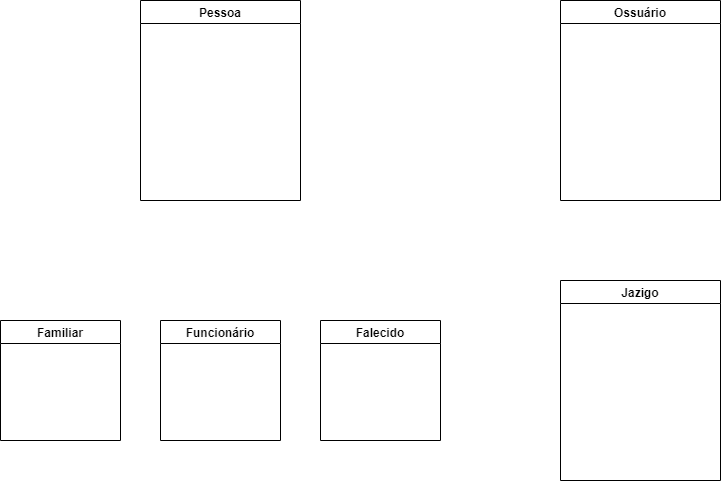
Above: Diagrama_cemiterio.png in cemiterioPOO/Cemiterio (draw.io), before the change. Source tidied: cells renumbered, new cells last; positions are measured from the earlier drawing's top-left corner, leaving out a move shared by most shapes.
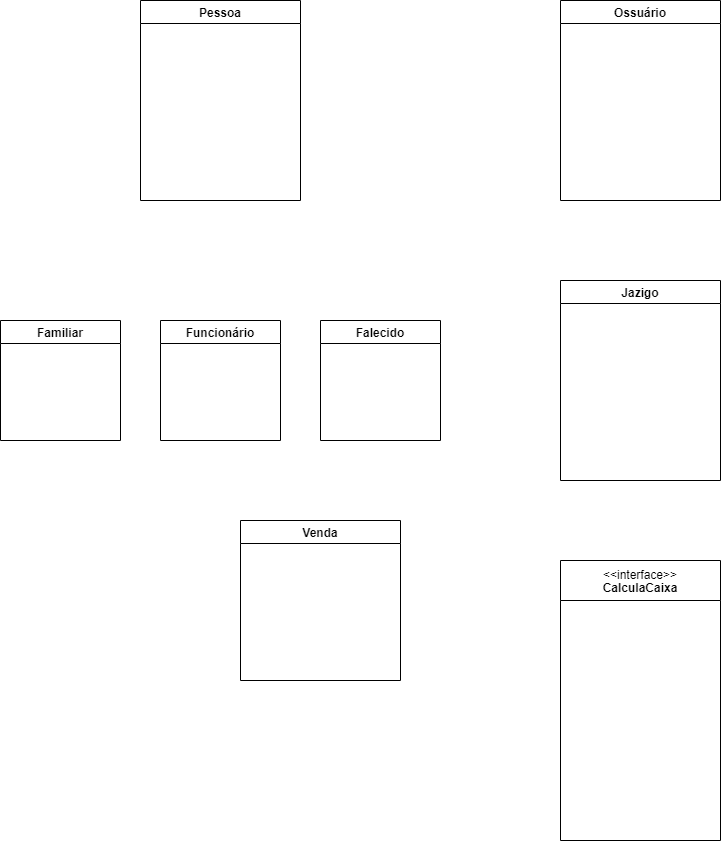
Later version of the same file.

The edit, as a diff of the source:
```diff
@@ -20,5 +20,14 @@
     <mxCell id="7" value="Ossuário" style="swimlane;startSize=23;" parent="1" vertex="1">
       <mxGeometry x="560" width="160" height="200" as="geometry" />
     </mxCell>
+    <mxCell id="8" value="Venda" style="swimlane;" parent="1" vertex="1">
+      <mxGeometry x="240" y="520" width="160" height="160" as="geometry" />
+    </mxCell>
+    <mxCell id="9" value="&#10;CalculaCaixa" style="swimlane;startSize=40;shadow=0;" parent="1" vertex="1">
+      <mxGeometry x="560" y="560" width="160" height="280" as="geometry" />
+    </mxCell>
+    <mxCell id="10" value="&amp;lt;&amp;lt;interface&amp;gt;&amp;gt;" style="text;html=1;strokeColor=none;fillColor=none;align=center;verticalAlign=middle;whiteSpace=wrap;rounded=0;shadow=0;" parent="9" vertex="1">
+      <mxGeometry x="50" width="60" height="30" as="geometry" />
+    </mxCell>
   </root>
 </mxGraphModel>
```
